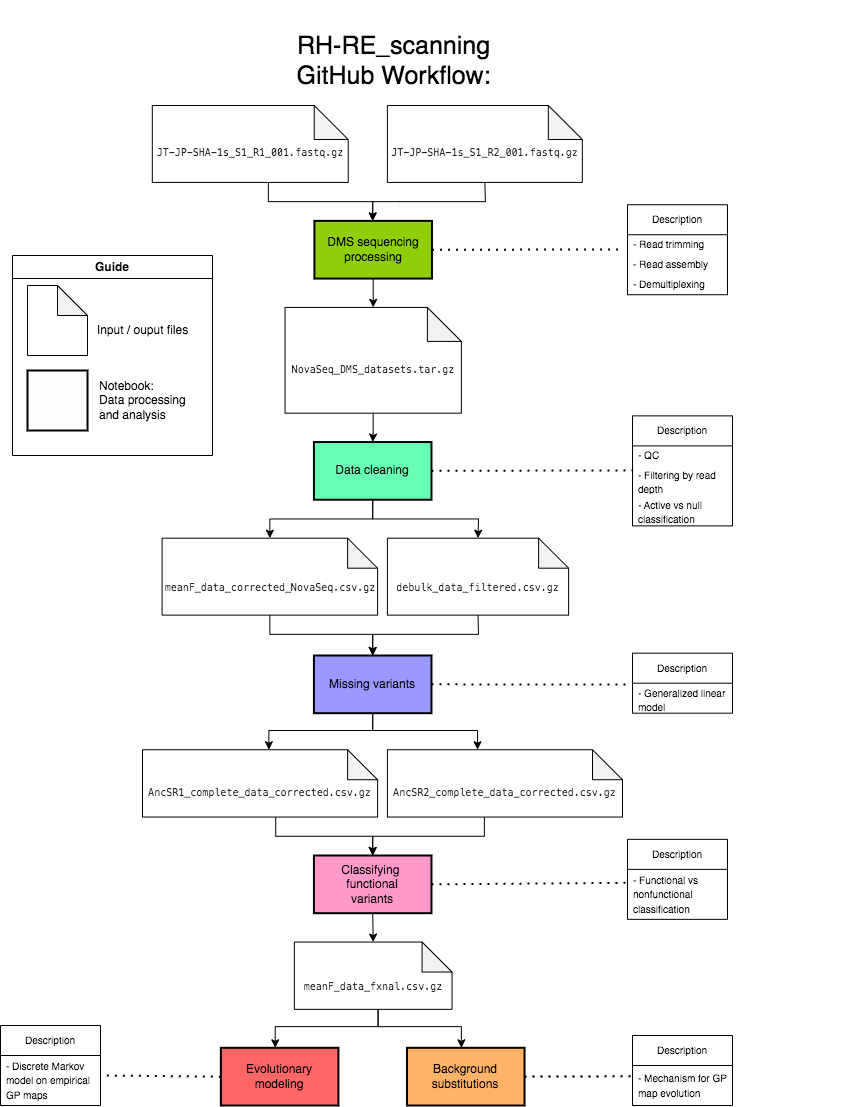
Above: figures/DMS_GPmap_DataProcessing.drawio.png in JoeThorntonLab/RH-RE_scanning (draw.io), before the change. Source tidied: cells renumbered, new cells last; positions are measured from the earlier drawing's top-left corner, leaving out a move shared by most shapes.
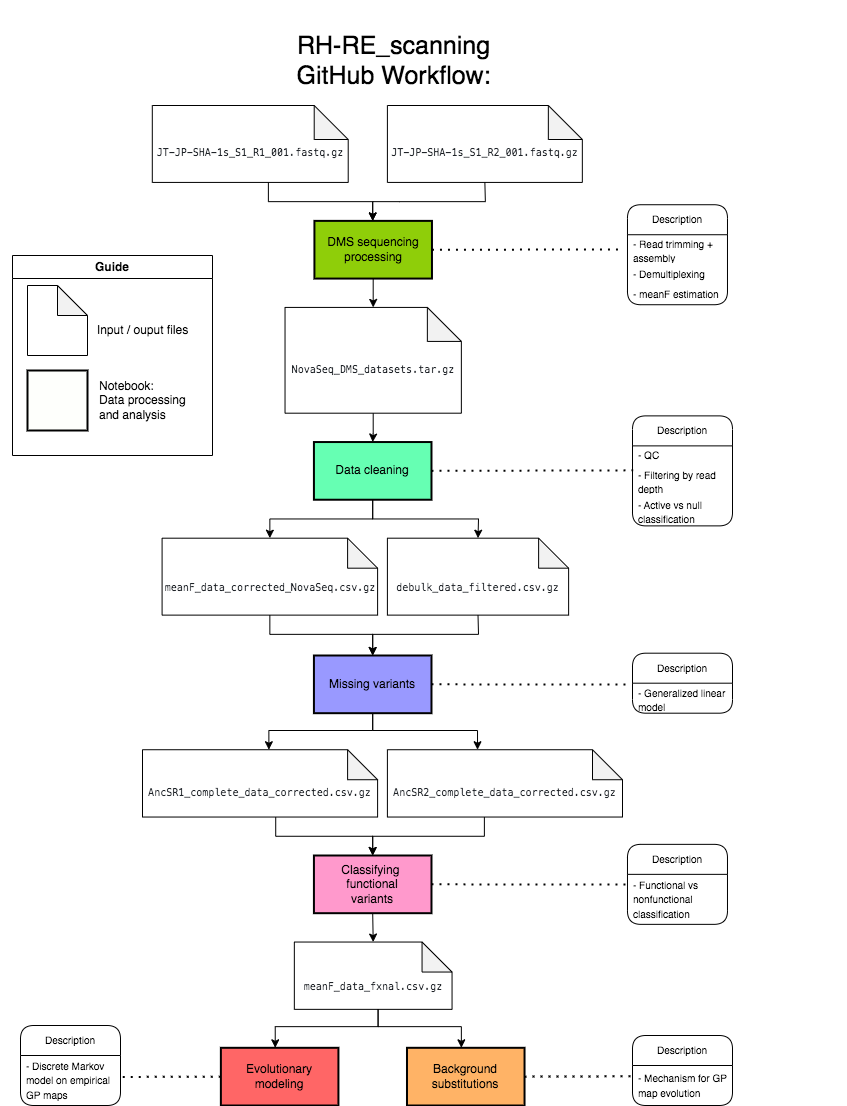
The same file after the commit.

Diff of the diagram source:
```diff
@@ -191,27 +191,29 @@
     <mxCell id="40" style="endArrow=none;dashed=1;html=1;dashPattern=1 3;strokeWidth=2;rounded=0;entryX=-0.019;entryY=0.045;entryDx=0;entryDy=0;exitX=1;exitY=0.5;exitDx=0;exitDy=0;entryPerimeter=0;" parent="10" edge="1" source="18" target="53">
       <mxGeometry relative="1" as="geometry" />
     </mxCell>
-    <mxCell id="41" style="endArrow=none;dashed=1;html=1;dashPattern=1 3;strokeWidth=2;rounded=0;entryX=0.003;entryY=0.269;entryDx=0;entryDy=0;entryPerimeter=0;exitX=1;exitY=0.5;exitDx=0;exitDy=0;" parent="10" edge="1" source="26" target="55">
-      <mxGeometry relative="1" as="geometry" />
+    <mxCell id="41" style="endArrow=none;dashed=1;html=1;dashPattern=1 3;strokeWidth=2;rounded=0;exitX=1;exitY=0.5;exitDx=0;exitDy=0;" parent="10" edge="1" source="26">
+      <mxGeometry relative="1" as="geometry">
+        <mxPoint x="484" y="779" as="targetPoint" />
+      </mxGeometry>
     </mxCell>
     <mxCell id="42" style="endArrow=none;dashed=1;html=1;dashPattern=1 3;strokeWidth=2;rounded=0;exitX=1;exitY=0.5;exitDx=0;exitDy=0;" parent="10" edge="1" source="35">
       <mxGeometry relative="1" as="geometry">
         <mxPoint x="480" y="144" as="targetPoint" />
       </mxGeometry>
     </mxCell>
-    <mxCell id="43" value="&lt;font style=&quot;font-size: 10px;&quot;&gt;Description&lt;/font&gt;" style="swimlane;fontStyle=0;horizontal=1;startSize=30;whiteSpace=wrap;html=1;" parent="10" vertex="1">
-      <mxGeometry x="485" y="99.2" width="100" height="90" as="geometry" />
+    <mxCell id="43" value="&lt;font style=&quot;font-size: 10px;&quot;&gt;Description&lt;/font&gt;" style="swimlane;fontStyle=0;horizontal=1;startSize=30;whiteSpace=wrap;html=1;glass=0;rounded=1;shadow=0;" parent="10" vertex="1">
+      <mxGeometry x="485" y="99.2" width="100" height="100" as="geometry" />
     </mxCell>
-    <mxCell id="44" value="&lt;font style=&quot;font-size: 10px;&quot;&gt;- Read trimming&lt;/font&gt;" style="text;strokeColor=none;fillColor=none;align=left;verticalAlign=middle;spacingLeft=4;spacingRight=4;overflow=hidden;whiteSpace=wrap;html=1;" parent="43" vertex="1">
-      <mxGeometry y="30" width="100" height="20" as="geometry" />
+    <mxCell id="44" value="&lt;font style=&quot;font-size: 10px;&quot;&gt;- Read trimming + assembly&lt;/font&gt;" style="text;strokeColor=none;fillColor=none;align=left;verticalAlign=middle;spacingLeft=4;spacingRight=4;overflow=hidden;whiteSpace=wrap;html=1;" parent="43" vertex="1">
+      <mxGeometry y="30" width="100" height="30" as="geometry" />
     </mxCell>
-    <mxCell id="45" value="&lt;font style=&quot;font-size: 10px;&quot;&gt;- Read assembly&lt;/font&gt;" style="text;strokeColor=none;fillColor=none;align=left;verticalAlign=middle;spacingLeft=4;spacingRight=4;overflow=hidden;whiteSpace=wrap;html=1;" parent="43" vertex="1">
-      <mxGeometry y="50" width="100" height="20" as="geometry" />
+    <mxCell id="45" value="&lt;font style=&quot;font-size: 10px;&quot;&gt;- Demultiplexing&lt;/font&gt;" style="text;strokeColor=none;fillColor=none;align=left;verticalAlign=middle;spacingLeft=4;spacingRight=4;overflow=hidden;whiteSpace=wrap;html=1;" parent="43" vertex="1">
+      <mxGeometry y="60" width="100" height="20" as="geometry" />
     </mxCell>
-    <mxCell id="46" value="&lt;font style=&quot;font-size: 10px;&quot;&gt;- Demultiplexing&lt;/font&gt;" style="text;strokeColor=none;fillColor=none;align=left;verticalAlign=middle;spacingLeft=4;spacingRight=4;overflow=hidden;whiteSpace=wrap;html=1;" parent="43" vertex="1">
-      <mxGeometry y="70" width="100" height="20" as="geometry" />
+    <mxCell id="46" value="&lt;font style=&quot;font-size: 10px;&quot;&gt;- meanF estimation&lt;/font&gt;" style="text;strokeColor=none;fillColor=none;align=left;verticalAlign=middle;spacingLeft=4;spacingRight=4;overflow=hidden;whiteSpace=wrap;html=1;" parent="43" vertex="1">
+      <mxGeometry y="80" width="100" height="20" as="geometry" />
     </mxCell>
-    <mxCell id="47" value="&lt;font style=&quot;font-size: 10px;&quot;&gt;Description&lt;/font&gt;" style="swimlane;fontStyle=0;horizontal=1;startSize=30;whiteSpace=wrap;html=1;" parent="10" vertex="1">
+    <mxCell id="47" value="&lt;font style=&quot;font-size: 10px;&quot;&gt;Description&lt;/font&gt;" style="swimlane;fontStyle=0;horizontal=1;startSize=30;whiteSpace=wrap;html=1;rounded=1;" parent="10" vertex="1">
       <mxGeometry x="490" y="310.4" width="100" height="110" as="geometry" />
     </mxCell>
     <mxCell id="48" value="&lt;span style=&quot;font-size: 10px;&quot;&gt;- QC&lt;/span&gt;" style="text;strokeColor=none;fillColor=none;align=left;verticalAlign=middle;spacingLeft=4;spacingRight=4;overflow=hidden;whiteSpace=wrap;html=1;" parent="47" vertex="1">
@@ -226,14 +228,14 @@
     <mxCell id="51" style="endArrow=none;dashed=1;html=1;dashPattern=1 3;strokeWidth=2;rounded=0;exitX=1;exitY=0.5;exitDx=0;exitDy=0;entryX=0.007;entryY=0.149;entryDx=0;entryDy=0;entryPerimeter=0;" parent="10" edge="1" source="13" target="49">
       <mxGeometry relative="1" as="geometry" />
     </mxCell>
-    <mxCell id="52" value="&lt;font style=&quot;font-size: 10px;&quot;&gt;Description&lt;/font&gt;" style="swimlane;fontStyle=0;horizontal=1;startSize=30;whiteSpace=wrap;html=1;" parent="10" vertex="1">
+    <mxCell id="52" value="&lt;font style=&quot;font-size: 10px;&quot;&gt;Description&lt;/font&gt;" style="swimlane;fontStyle=0;horizontal=1;startSize=30;whiteSpace=wrap;html=1;rounded=1;" parent="10" vertex="1">
       <mxGeometry x="490" y="547.7" width="100" height="60" as="geometry" />
     </mxCell>
     <mxCell id="53" value="&lt;font style=&quot;font-size: 10px;&quot;&gt;- Generalized linear model&lt;/font&gt;" style="text;strokeColor=none;fillColor=none;align=left;verticalAlign=middle;spacingLeft=4;spacingRight=4;overflow=hidden;points=[[0,0.5],[1,0.5]];portConstraint=eastwest;whiteSpace=wrap;html=1;" parent="52" vertex="1">
       <mxGeometry y="30" width="100" height="30" as="geometry" />
     </mxCell>
-    <mxCell id="54" value="&lt;font style=&quot;font-size: 10px;&quot;&gt;Description&lt;/font&gt;" style="swimlane;fontStyle=0;horizontal=1;startSize=30;whiteSpace=wrap;html=1;" parent="10" vertex="1">
-      <mxGeometry x="485" y="733.9" width="100" height="80" as="geometry" />
+    <mxCell id="54" value="&lt;font style=&quot;font-size: 10px;&quot;&gt;Description&lt;/font&gt;" style="swimlane;fontStyle=0;horizontal=1;startSize=30;whiteSpace=wrap;html=1;rounded=1;" parent="10" vertex="1">
+      <mxGeometry x="485" y="738.9" width="100" height="80" as="geometry" />
     </mxCell>
     <mxCell id="55" value="&lt;font style=&quot;font-size: 10px;&quot;&gt;- Functional vs nonfunctional classification&lt;/font&gt;" style="text;strokeColor=none;fillColor=none;align=left;verticalAlign=middle;spacingLeft=4;spacingRight=4;overflow=hidden;points=[[0,0.5],[1,0.5]];portConstraint=eastwest;whiteSpace=wrap;html=1;" parent="54" vertex="1">
       <mxGeometry y="30" width="100" height="50" as="geometry" />
@@ -241,19 +243,17 @@
     <mxCell id="56" style="endArrow=none;dashed=1;html=1;dashPattern=1 3;strokeWidth=2;rounded=0;entryX=0.003;entryY=0.269;entryDx=0;entryDy=0;entryPerimeter=0;exitX=1;exitY=0.5;exitDx=0;exitDy=0;" parent="10" edge="1" source="30" target="58">
       <mxGeometry relative="1" as="geometry" />
     </mxCell>
-    <mxCell id="57" value="&lt;font style=&quot;font-size: 10px;&quot;&gt;Description&lt;/font&gt;" style="swimlane;fontStyle=0;horizontal=1;startSize=30;whiteSpace=wrap;html=1;" parent="10" vertex="1">
+    <mxCell id="57" value="&lt;font style=&quot;font-size: 10px;&quot;&gt;Description&lt;/font&gt;" style="swimlane;fontStyle=0;horizontal=1;startSize=30;whiteSpace=wrap;html=1;rounded=1;" parent="10" vertex="1">
       <mxGeometry x="490" y="930" width="100" height="70" as="geometry" />
     </mxCell>
     <mxCell id="58" value="&lt;font style=&quot;font-size: 10px;&quot;&gt;- Mechanism for GP map evolution&lt;/font&gt;" style="text;strokeColor=none;fillColor=none;align=left;verticalAlign=middle;spacingLeft=4;spacingRight=4;overflow=hidden;points=[[0,0.5],[1,0.5]];portConstraint=eastwest;whiteSpace=wrap;html=1;" parent="57" vertex="1">
       <mxGeometry y="30" width="100" height="40" as="geometry" />
     </mxCell>
-    <mxCell id="59" style="endArrow=none;dashed=1;html=1;dashPattern=1 3;strokeWidth=2;rounded=0;exitX=0;exitY=0.5;exitDx=0;exitDy=0;" parent="2" edge="1" source="29">
-      <mxGeometry relative="1" as="geometry">
-        <mxPoint x="102" y="1050" as="targetPoint" />
-      </mxGeometry>
+    <mxCell id="59" style="endArrow=none;dashed=1;html=1;dashPattern=1 3;strokeWidth=2;rounded=0;exitX=0;exitY=0.5;exitDx=0;exitDy=0;entryX=1.007;entryY=0.429;entryDx=0;entryDy=0;entryPerimeter=0;" parent="2" edge="1" source="29" target="61">
+      <mxGeometry relative="1" as="geometry" />
     </mxCell>
-    <mxCell id="60" value="&lt;font style=&quot;font-size: 10px;&quot;&gt;Description&lt;/font&gt;" style="swimlane;fontStyle=0;horizontal=1;startSize=30;whiteSpace=wrap;html=1;" parent="2" vertex="1">
-      <mxGeometry y="1000" width="100" height="80" as="geometry" />
+    <mxCell id="60" value="&lt;font style=&quot;font-size: 10px;&quot;&gt;Description&lt;/font&gt;" style="swimlane;fontStyle=0;horizontal=1;startSize=30;whiteSpace=wrap;html=1;rounded=1;" parent="2" vertex="1">
+      <mxGeometry x="20" y="1000" width="100" height="80" as="geometry" />
     </mxCell>
     <mxCell id="61" value="&lt;font style=&quot;font-size: 10px;&quot;&gt;- Discrete Markov model on empirical GP maps&lt;/font&gt;" style="text;strokeColor=none;fillColor=none;align=left;verticalAlign=middle;spacingLeft=4;spacingRight=4;overflow=hidden;points=[[0,0.5],[1,0.5]];portConstraint=eastwest;whiteSpace=wrap;html=1;" parent="60" vertex="1">
       <mxGeometry y="30" width="100" height="50" as="geometry" />
```
